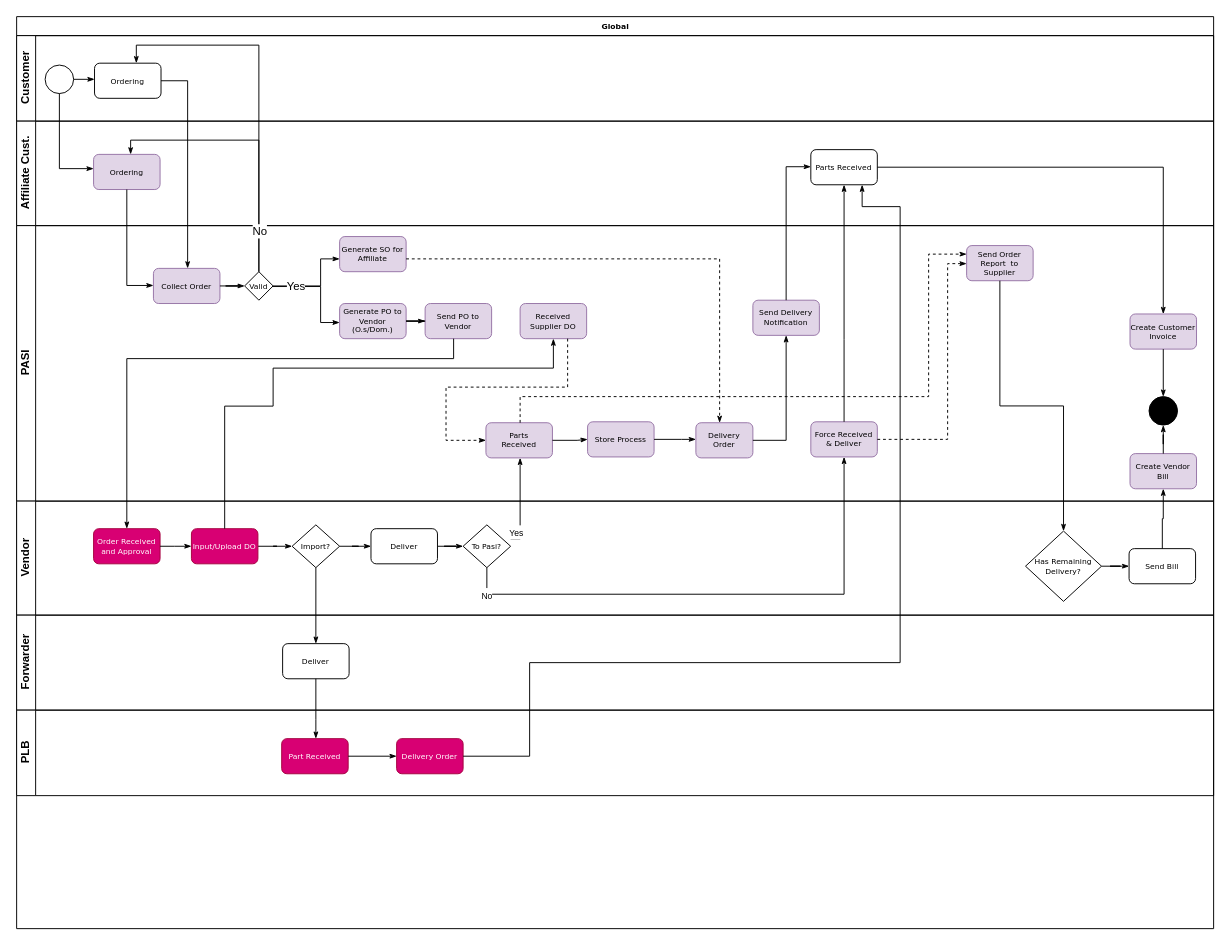
Before: page "0. Global" (1 of 8) of PASI - PPS.drawio in hendrasaputra0501/pasi-bpa, a draw.io diagram. Source tidied: cells renumbered, new cells numbered last; positions are measured from the earlier drawing's top-left corner, leaving out a move shared by most shapes. Both pictures are drawn from the tidied source at 95%, with x=0, y=0 at pixel (16, 16).
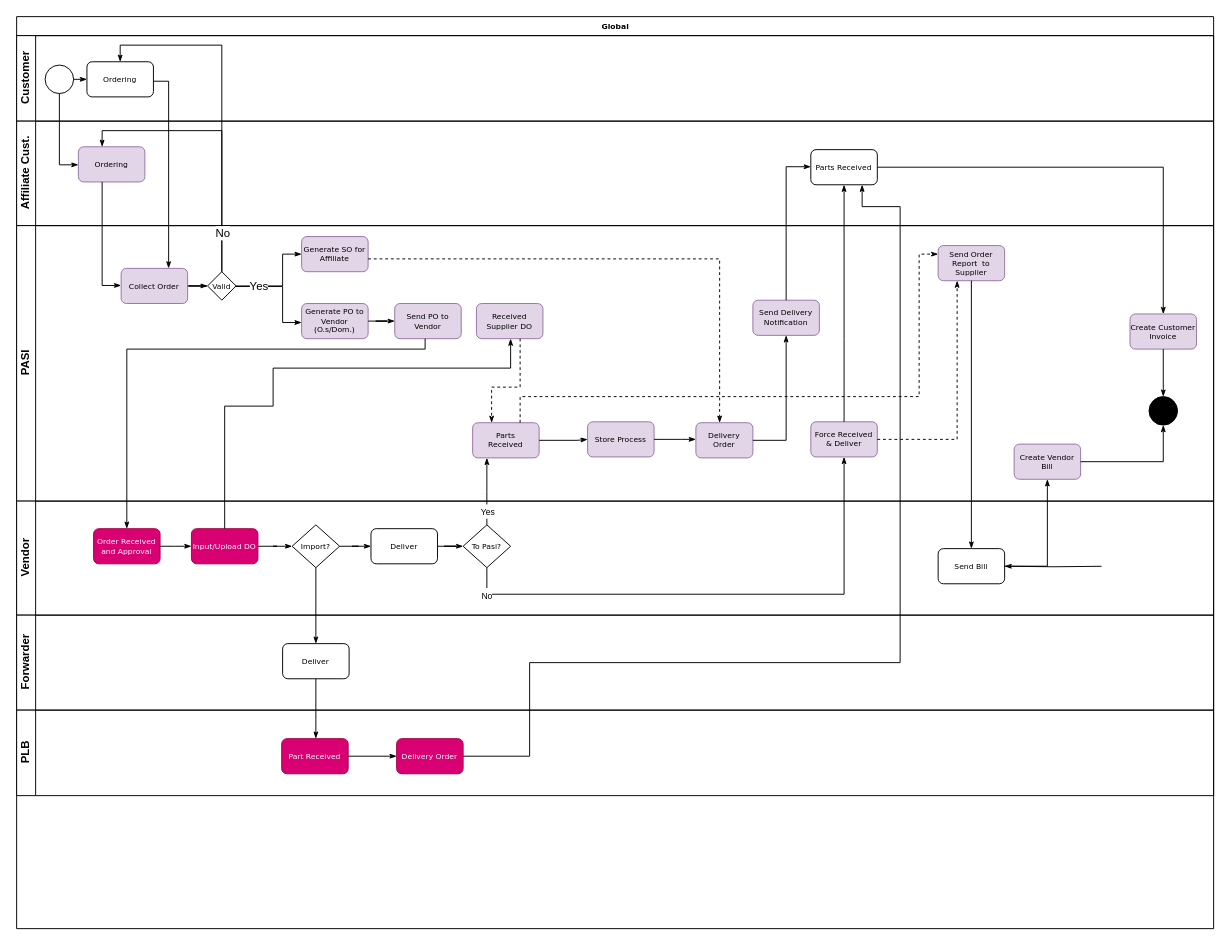
The same diagram, later.

The change refers to these unchanged cells:
```xml
<mxCell id="2" value="Global" style="swimlane;html=1;horizontal=1;startSize=20;rounded=0;shadow=0;labelBackgroundColor=none;strokeWidth=1;fontFamily=Verdana;fontSize=8;align=center;" parent="1" vertex="1">
  <mxGeometry width="1260" height="960" as="geometry" />
</mxCell>
<mxCell id="3" value="&lt;div&gt;Customer&lt;/div&gt;" style="swimlane;html=1;startSize=20;horizontal=0;" parent="2" vertex="1">
  <mxGeometry y="20" width="1260" height="90" as="geometry" />
</mxCell>
<mxCell id="5" style="ellipse;whiteSpace=wrap;html=1;rounded=0;shadow=0;labelBackgroundColor=none;strokeWidth=1;fontFamily=Verdana;fontSize=8;align=center;" parent="3" vertex="1">
  <mxGeometry x="30" y="31" width="30" height="30" as="geometry" />
</mxCell>
<mxCell id="7" value="Affiliate Cust." style="swimlane;html=1;startSize=20;horizontal=0;" parent="2" vertex="1">
  <mxGeometry y="110" width="1260" height="110" as="geometry" />
</mxCell>
<mxCell id="10" value="PASI" style="swimlane;html=1;startSize=20;horizontal=0;" parent="2" vertex="1">
  <mxGeometry y="220" width="1260" height="290" as="geometry" />
</mxCell>
<mxCell id="34" value="&lt;div&gt;Force Received &amp;amp; Deliver&lt;/div&gt;" style="rounded=1;whiteSpace=wrap;html=1;shadow=0;labelBackgroundColor=none;strokeWidth=1;fontFamily=Verdana;fontSize=8;align=center;fillColor=#e1d5e7;strokeColor=#9673a6;" parent="10" vertex="1">
  <mxGeometry x="836" y="206.5" width="70" height="37" as="geometry" />
</mxCell>
<mxCell id="41" value="Vendor" style="swimlane;html=1;startSize=20;horizontal=0;" parent="2" vertex="1">
  <mxGeometry y="510" width="1260" height="120" as="geometry" />
</mxCell>
<mxCell id="42" value="Order Received&lt;div&gt;and Approval&lt;/div&gt;" style="rounded=1;whiteSpace=wrap;html=1;shadow=0;labelBackgroundColor=none;strokeWidth=1;fontFamily=Verdana;fontSize=8;align=center;fillColor=#d80073;fontColor=#ffffff;strokeColor=#A50040;" parent="41" vertex="1">
  <mxGeometry x="81" y="29" width="70" height="37" as="geometry" />
</mxCell>
<mxCell id="46" value="Input/Upload DO" style="rounded=1;whiteSpace=wrap;html=1;shadow=0;labelBackgroundColor=none;strokeWidth=1;fontFamily=Verdana;fontSize=8;align=center;strokeColor=#A50040;verticalAlign=middle;fontColor=#ffffff;fillColor=#d80073;" parent="41" vertex="1">
  <mxGeometry x="184" y="29" width="70" height="37" as="geometry" />
</mxCell>
<mxCell id="49" value="To Pasi?" style="strokeWidth=1;html=1;shape=mxgraph.flowchart.decision;whiteSpace=wrap;rounded=1;shadow=0;labelBackgroundColor=none;fontFamily=Verdana;fontSize=8;align=center;" parent="41" vertex="1">
  <mxGeometry x="470" y="25" width="50" height="45" as="geometry" />
</mxCell>
```

Change to the diagram source:
```diff
@@
     <mxCell id="4" value="Ordering" style="rounded=1;whiteSpace=wrap;html=1;shadow=0;labelBackgroundColor=none;strokeWidth=1;fontFamily=Verdana;fontSize=8;align=center;" parent="3" vertex="1">
-      <mxGeometry x="82" y="29" width="70" height="37" as="geometry" />
+      <mxGeometry x="74" y="27.5" width="70" height="37" as="geometry" />
     </mxCell>
@@
     <mxCell id="8" value="Ordering" style="rounded=1;whiteSpace=wrap;html=1;shadow=0;labelBackgroundColor=none;strokeWidth=1;fontFamily=Verdana;fontSize=8;align=center;fillColor=#e1d5e7;strokeColor=#9673a6;" parent="7" vertex="1">
-      <mxGeometry x="81" y="35" width="70" height="37" as="geometry" />
+      <mxGeometry x="65" y="27" width="70" height="37" as="geometry" />
     </mxCell>
@@
     <mxCell id="11" value="Collect Order" style="rounded=1;whiteSpace=wrap;html=1;shadow=0;labelBackgroundColor=none;strokeWidth=1;fontFamily=Verdana;fontSize=8;align=center;fillColor=#e1d5e7;strokeColor=#9673a6;" parent="10" vertex="1">
-      <mxGeometry x="144" y="45" width="70" height="37" as="geometry" />
+      <mxGeometry x="110" y="45" width="70" height="37" as="geometry" />
     </mxCell>
     <mxCell id="12" value="Valid" style="strokeWidth=1;html=1;shape=mxgraph.flowchart.decision;whiteSpace=wrap;rounded=1;shadow=0;labelBackgroundColor=none;fontFamily=Verdana;fontSize=8;align=center;" parent="10" vertex="1">
-      <mxGeometry x="240" y="48.5" width="30" height="30" as="geometry" />
+      <mxGeometry x="201" y="48.5" width="30" height="30" as="geometry" />
     </mxCell>
@@
     <mxCell id="14" value="Generate SO for Affiliate" style="rounded=1;whiteSpace=wrap;html=1;shadow=0;labelBackgroundColor=none;strokeWidth=1;fontFamily=Verdana;fontSize=8;align=center;fillColor=#e1d5e7;strokeColor=#9673a6;" parent="10" vertex="1">
-      <mxGeometry x="340" y="11.5" width="70" height="37" as="geometry" />
+      <mxGeometry x="300" y="11.5" width="70" height="37" as="geometry" />
     </mxCell>
     <mxCell id="15" style="edgeStyle=orthogonalEdgeStyle;rounded=0;html=1;labelBackgroundColor=none;startArrow=none;startFill=0;startSize=5;endArrow=classicThin;endFill=1;endSize=5;jettySize=auto;strokeWidth=1;fontFamily=Verdana;fontSize=8;" parent="10" edge="1" source="12" target="14">
       <mxGeometry relative="1" as="geometry">
         <Array as="points">
-          <mxPoint x="320" y="64" />
-          <mxPoint x="320" y="35" />
+          <mxPoint x="280" y="63" />
+          <mxPoint x="280" y="30" />
         </Array>
       </mxGeometry>
     </mxCell>
     <mxCell id="16" value="Generate PO to Vendor (O.s/Dom.)" style="rounded=1;whiteSpace=wrap;html=1;shadow=0;labelBackgroundColor=none;strokeWidth=1;fontFamily=Verdana;fontSize=8;align=center;fillColor=#e1d5e7;strokeColor=#9673a6;" parent="10" vertex="1">
-      <mxGeometry x="340" y="82" width="70" height="37" as="geometry" />
+      <mxGeometry x="300" y="82" width="70" height="37" as="geometry" />
     </mxCell>
     <mxCell id="17" style="edgeStyle=orthogonalEdgeStyle;rounded=0;html=1;labelBackgroundColor=none;startArrow=none;startFill=0;startSize=5;endArrow=classicThin;endFill=1;endSize=5;jettySize=auto;strokeWidth=1;fontFamily=Verdana;fontSize=8;exitX=0.961;exitY=0.52;exitDx=0;exitDy=0;exitPerimeter=0;" parent="10" edge="1" source="12" target="16">
       <mxGeometry relative="1" as="geometry">
         <Array as="points">
-          <mxPoint x="320" y="64" />
-          <mxPoint x="320" y="102" />
+          <mxPoint x="280" y="64" />
+          <mxPoint x="280" y="102" />
         </Array>
       </mxGeometry>
     </mxCell>
@@
     <mxCell id="19" value="Send PO to Vendor" style="rounded=1;whiteSpace=wrap;html=1;shadow=0;labelBackgroundColor=none;strokeWidth=1;fontFamily=Verdana;fontSize=8;align=center;fillColor=#e1d5e7;strokeColor=#9673a6;" parent="10" vertex="1">
-      <mxGeometry x="430" y="82" width="70" height="37" as="geometry" />
+      <mxGeometry x="398" y="82" width="70" height="37" as="geometry" />
     </mxCell>
@@
     <mxCell id="21" value="Send Order Report&amp;nbsp; to Supplier" style="rounded=1;whiteSpace=wrap;html=1;shadow=0;labelBackgroundColor=none;strokeWidth=1;fontFamily=Verdana;fontSize=8;align=center;fillColor=#e1d5e7;strokeColor=#9673a6;" parent="10" vertex="1">
-      <mxGeometry x="1000" y="21" width="70" height="37" as="geometry" />
+      <mxGeometry x="970" y="21" width="70" height="37" as="geometry" />
     </mxCell>
     <mxCell id="22" value="Received Supplier DO" style="rounded=1;whiteSpace=wrap;html=1;shadow=0;labelBackgroundColor=none;strokeWidth=1;fontFamily=Verdana;fontSize=8;align=center;fillColor=#e1d5e7;strokeColor=#9673a6;" parent="10" vertex="1">
-      <mxGeometry x="530" y="82" width="70" height="37" as="geometry" />
+      <mxGeometry x="484" y="82" width="70" height="37" as="geometry" />
     </mxCell>
@@
     <mxCell id="24" value="Create Vendor Bill" style="rounded=1;whiteSpace=wrap;html=1;shadow=0;labelBackgroundColor=none;strokeWidth=1;fontFamily=Verdana;fontSize=8;align=center;fillColor=#e1d5e7;strokeColor=#9673a6;" parent="10" vertex="1">
-      <mxGeometry x="1172" y="240" width="70" height="37" as="geometry" />
+      <mxGeometry x="1050" y="230" width="70" height="37" as="geometry" />
     </mxCell>
     <mxCell id="25" value="&lt;div&gt;Parts&lt;/div&gt;&lt;div&gt;Received&lt;/div&gt;" style="rounded=1;whiteSpace=wrap;html=1;shadow=0;labelBackgroundColor=none;strokeWidth=1;fontFamily=Verdana;fontSize=8;align=center;fillColor=#e1d5e7;strokeColor=#9673a6;" parent="10" vertex="1">
-      <mxGeometry x="494" y="207.5" width="70" height="37" as="geometry" />
+      <mxGeometry x="480" y="207.5" width="70" height="37" as="geometry" />
     </mxCell>
     <mxCell id="26" style="edgeStyle=orthogonalEdgeStyle;rounded=0;html=1;labelBackgroundColor=none;startArrow=none;startFill=0;startSize=5;endArrow=classicThin;endFill=1;endSize=5;jettySize=auto;strokeWidth=1;fontFamily=Verdana;fontSize=8;dashed=1;" parent="10" edge="1" source="25" target="21">
       <mxGeometry relative="1" as="geometry">
         <Array as="points">
           <mxPoint x="530" y="180" />
-          <mxPoint x="960" y="180" />
-          <mxPoint x="960" y="30" />
+          <mxPoint x="950" y="180" />
+          <mxPoint x="950" y="30" />
         </Array>
       </mxGeometry>
     </mxCell>
     <mxCell id="27" style="edgeStyle=orthogonalEdgeStyle;rounded=0;html=1;labelBackgroundColor=none;startArrow=none;startFill=0;startSize=5;endArrow=classicThin;endFill=1;endSize=5;jettySize=auto;strokeWidth=1;fontFamily=Verdana;fontSize=8;dashed=1;" parent="10" edge="1" source="22" target="25">
       <mxGeometry relative="1" as="geometry">
         <Array as="points">
-          <mxPoint x="580" y="170" />
-          <mxPoint x="452" y="170" />
-          <mxPoint x="452" y="226" />
+          <mxPoint x="530" y="170" />
+          <mxPoint x="500" y="170" />
         </Array>
       </mxGeometry>
     </mxCell>
@@
     <mxCell id="35" style="edgeStyle=orthogonalEdgeStyle;rounded=0;html=1;labelBackgroundColor=none;startArrow=none;startFill=0;startSize=5;endArrow=classicThin;endFill=1;endSize=5;jettySize=auto;strokeWidth=1;fontFamily=Verdana;fontSize=8;dashed=1;" parent="10" edge="1" source="34" target="21">
       <mxGeometry relative="1" as="geometry">
         <Array as="points">
-          <mxPoint x="980" y="225" />
-          <mxPoint x="980" y="40" />
+          <mxPoint x="990" y="225" />
         </Array>
       </mxGeometry>
     </mxCell>
@@
     <mxCell id="40" style="edgeStyle=orthogonalEdgeStyle;rounded=0;html=1;labelBackgroundColor=none;startArrow=none;startFill=0;startSize=5;endArrow=classicThin;endFill=1;endSize=5;jettySize=auto;strokeWidth=1;fontFamily=Verdana;fontSize=8;" parent="2" edge="1" source="12" target="8">
       <mxGeometry relative="1" as="geometry">
         <Array as="points">
-          <mxPoint x="255" y="130" />
-          <mxPoint x="120" y="130" />
+          <mxPoint x="216" y="120" />
+          <mxPoint x="90" y="120" />
         </Array>
       </mxGeometry>
     </mxCell>
@@
-    <mxCell id="44" value="Has Remaining Delivery?" style="strokeWidth=1;html=1;shape=mxgraph.flowchart.decision;whiteSpace=wrap;rounded=1;shadow=0;labelBackgroundColor=none;fontFamily=Verdana;fontSize=8;align=center;" parent="41" vertex="1">
-      <mxGeometry x="1062" y="31.5" width="80" height="74" as="geometry" />
-    </mxCell>
     <mxCell id="45" value="Send Bill" style="rounded=1;whiteSpace=wrap;html=1;shadow=0;labelBackgroundColor=none;strokeWidth=1;fontFamily=Verdana;fontSize=8;align=center;" parent="41" vertex="1">
-      <mxGeometry x="1171" y="50" width="70" height="37" as="geometry" />
+      <mxGeometry x="970" y="50" width="70" height="37" as="geometry" />
     </mxCell>
@@
-    <mxCell id="48" style="edgeStyle=orthogonalEdgeStyle;rounded=0;html=1;labelBackgroundColor=none;startArrow=none;startFill=0;startSize=5;endArrow=classicThin;endFill=1;endSize=5;jettySize=auto;strokeWidth=1;fontFamily=Verdana;fontSize=8;" parent="41" edge="1" source="44" target="45">
-      <mxGeometry relative="1" as="geometry" />
+    <mxCell id="48" style="edgeStyle=orthogonalEdgeStyle;rounded=0;html=1;labelBackgroundColor=none;startArrow=none;startFill=0;startSize=5;endArrow=classicThin;endFill=1;endSize=5;jettySize=auto;strokeWidth=1;fontFamily=Verdana;fontSize=8;" parent="41" edge="1" target="45">
+      <mxGeometry relative="1" as="geometry">
+        <mxPoint x="1142" y="68.6" as="sourcePoint" />
+      </mxGeometry>
     </mxCell>
@@
     <mxCell id="54" style="edgeStyle=orthogonalEdgeStyle;rounded=0;html=1;labelBackgroundColor=none;startArrow=none;startFill=0;startSize=5;endArrow=classicThin;endFill=1;endSize=5;jettySize=auto;strokeWidth=1;fontFamily=Verdana;fontSize=8;" parent="2" edge="1" source="19" target="42">
       <mxGeometry relative="1" as="geometry">
         <Array as="points">
-          <mxPoint x="460" y="360" />
-          <mxPoint x="116" y="360" />
+          <mxPoint x="430" y="350" />
+          <mxPoint x="116" y="350" />
         </Array>
       </mxGeometry>
     </mxCell>
     <mxCell id="55" style="edgeStyle=orthogonalEdgeStyle;rounded=0;html=1;labelBackgroundColor=none;startArrow=none;startFill=0;startSize=5;endArrow=classicThin;endFill=1;endSize=5;jettySize=auto;strokeWidth=1;fontFamily=Verdana;fontSize=8;" parent="2" edge="1" source="49" target="25">
       <mxGeometry relative="1" as="geometry">
         <Array as="points">
-          <mxPoint x="495" y="550" />
-          <mxPoint x="530" y="550" />
+          <mxPoint x="495" y="500" />
+          <mxPoint x="495" y="500" />
         </Array>
       </mxGeometry>
     </mxCell>
     <mxCell id="56" value="&lt;font style=&quot;font-size: 9px;&quot;&gt;Yes&lt;/font&gt;" style="edgeLabel;html=1;align=center;verticalAlign=middle;fontSize=12;" parent="55" vertex="1">
       <mxGeometry x="-0.18" y="1" relative="1" as="geometry">
-        <mxPoint x="-4" y="21" as="offset" />
+        <mxPoint x="1" y="14" as="offset" />
       </mxGeometry>
     </mxCell>
@@
     <mxCell id="60" style="edgeStyle=orthogonalEdgeStyle;rounded=0;html=1;labelBackgroundColor=none;startArrow=none;startFill=0;startSize=5;endArrow=classicThin;endFill=1;endSize=5;jettySize=auto;strokeWidth=1;fontFamily=Verdana;fontSize=8;" parent="2" edge="1" source="46" target="22">
       <mxGeometry relative="1" as="geometry">
         <Array as="points">
           <mxPoint x="219" y="410" />
           <mxPoint x="270" y="410" />
           <mxPoint x="270" y="370" />
-          <mxPoint x="565" y="370" />
+          <mxPoint x="520" y="370" />
         </Array>
       </mxGeometry>
     </mxCell>
-    <mxCell id="61" style="edgeStyle=orthogonalEdgeStyle;rounded=0;html=1;labelBackgroundColor=none;startArrow=none;startFill=0;startSize=5;endArrow=classicThin;endFill=1;endSize=5;jettySize=auto;strokeWidth=1;fontFamily=Verdana;fontSize=8;" parent="2" edge="1" source="21" target="44">
-      <mxGeometry relative="1" as="geometry" />
+    <mxCell id="61" style="edgeStyle=orthogonalEdgeStyle;rounded=0;html=1;labelBackgroundColor=none;startArrow=none;startFill=0;startSize=5;endArrow=classicThin;endFill=1;endSize=5;jettySize=auto;strokeWidth=1;fontFamily=Verdana;fontSize=8;" parent="2" edge="1" source="21" target="45">
+      <mxGeometry relative="1" as="geometry">
+        <Array as="points">
+          <mxPoint x="1005" y="579" />
+        </Array>
+      </mxGeometry>
     </mxCell>
     <mxCell id="62" style="edgeStyle=orthogonalEdgeStyle;rounded=0;html=1;labelBackgroundColor=none;startArrow=none;startFill=0;startSize=5;endArrow=classicThin;endFill=1;endSize=5;jettySize=auto;strokeWidth=1;fontFamily=Verdana;fontSize=8;" parent="2" edge="1" source="4" target="11">
       <mxGeometry relative="1" as="geometry">
         <Array as="points">
-          <mxPoint x="180" y="68" />
+          <mxPoint x="160" y="68" />
         </Array>
       </mxGeometry>
     </mxCell>
     <mxCell id="63" style="edgeStyle=orthogonalEdgeStyle;rounded=0;html=1;labelBackgroundColor=none;startArrow=none;startFill=0;startSize=5;endArrow=classicThin;endFill=1;endSize=5;jettySize=auto;strokeWidth=1;fontFamily=Verdana;fontSize=8;" parent="2" edge="1" source="5" target="8">
       <mxGeometry relative="1" as="geometry">
         <Array as="points">
-          <mxPoint x="45" y="160" />
+          <mxPoint x="45" y="156" />
         </Array>
       </mxGeometry>
     </mxCell>
@@
     <mxCell id="65" style="edgeStyle=orthogonalEdgeStyle;rounded=0;html=1;labelBackgroundColor=none;startArrow=none;startFill=0;startSize=5;endArrow=classicThin;endFill=1;endSize=5;jettySize=auto;strokeWidth=1;fontFamily=Verdana;fontSize=8;" parent="2" edge="1" source="12" target="4">
       <mxGeometry relative="1" as="geometry">
         <Array as="points">
-          <mxPoint x="255" y="30" />
-          <mxPoint x="126" y="30" />
+          <mxPoint x="216" y="30" />
+          <mxPoint x="109" y="30" />
         </Array>
       </mxGeometry>
     </mxCell>
@@
     <mxCell id="67" style="edgeStyle=orthogonalEdgeStyle;rounded=0;html=1;labelBackgroundColor=none;startArrow=none;startFill=0;startSize=5;endArrow=classicThin;endFill=1;endSize=5;jettySize=auto;strokeWidth=1;fontFamily=Verdana;fontSize=8;" parent="2" edge="1" source="8" target="11">
       <mxGeometry relative="1" as="geometry">
         <Array as="points">
-          <mxPoint x="116" y="283" />
+          <mxPoint x="90" y="283" />
         </Array>
       </mxGeometry>
     </mxCell>
```
